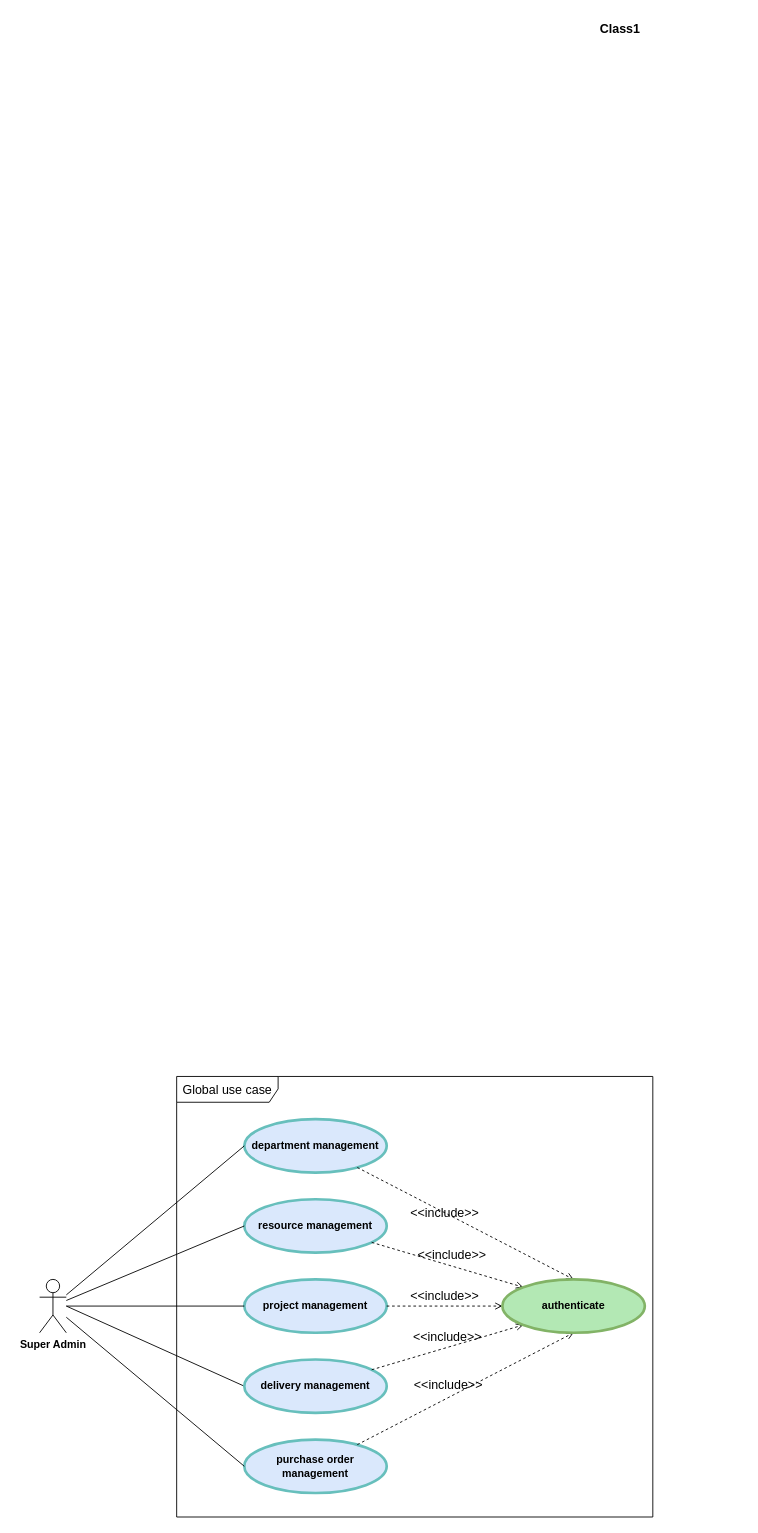
ZidiMedAmine/UML keeps this draw.io diagram as Use case Diagram.drawio. Above is the earlier version. Source tidied: cells renumbered, new cells numbered last; positions are measured from the earlier drawing's top-left corner, leaving out a move shared by most shapes. Both pictures are drawn from the tidied source at 89%, with x=0, y=0 at pixel (39, 15).
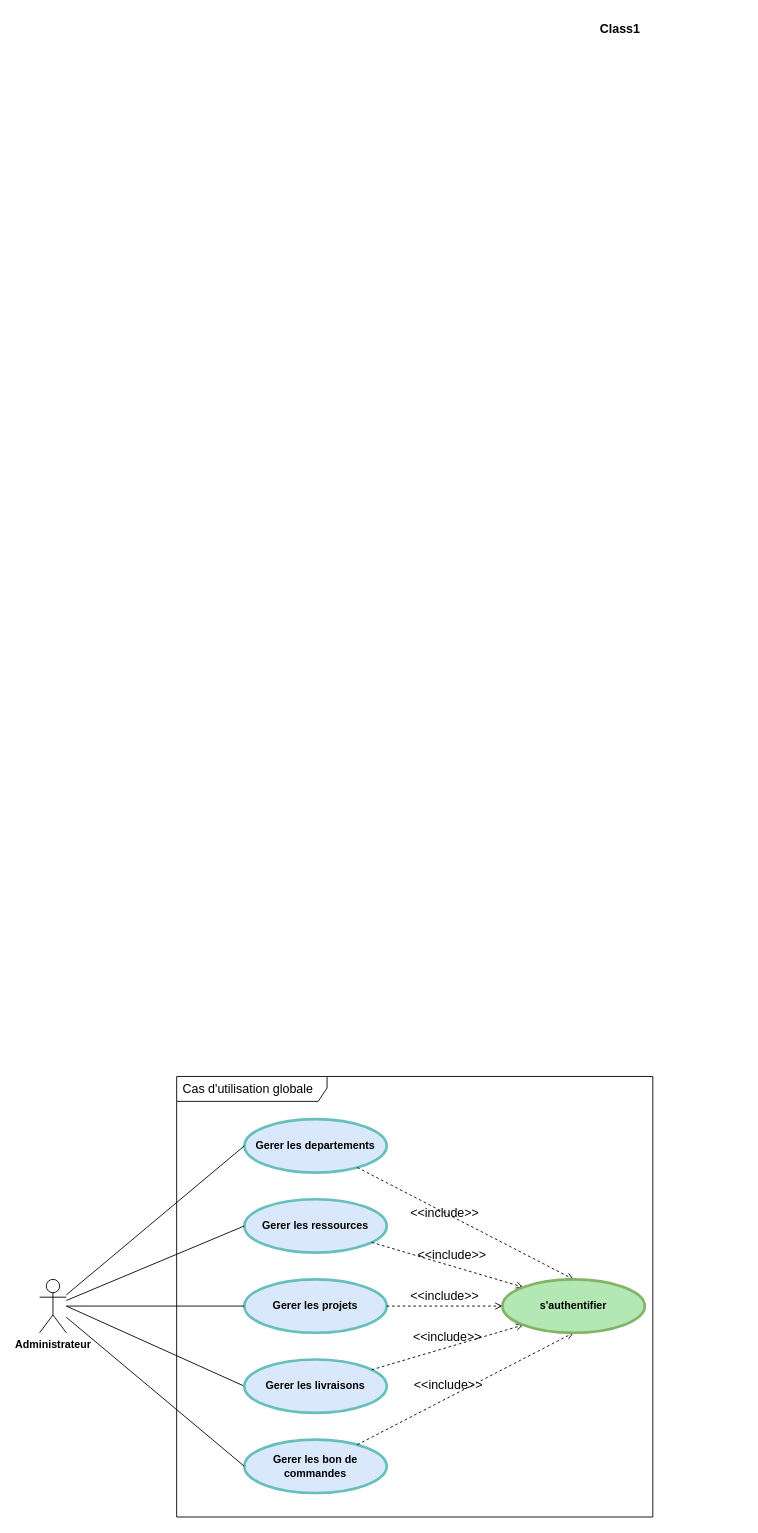
After the change.

Unchanged cells that the change refers to:
```xml
<mxCell id="2" value="Class1" style="swimlane;fontStyle=1;align=center;horizontal=1;startSize=30;html=1;fontSize=14;fillColor=none;strokeColor=#FFFFFF;" parent="1" vertex="1">
  <mxGeometry x="513" width="277" height="298" as="geometry" />
</mxCell>
```

What changed in the source:
```diff
@@
-    <mxCell id="3" value="Global use case" style="shape=umlFrame;tabPosition=left;html=1;boundedLbl=1;labelInHeader=1;width=114;height=29;swimlaneFillColor=#ffffff;align=left;spacingLeft=5;fontSize=14;" parent="2" vertex="1">
+    <mxCell id="3" value="&lt;div&gt;Cas d'utilisation globale&lt;/div&gt;" style="shape=umlFrame;tabPosition=left;html=1;boundedLbl=1;labelInHeader=1;width=169;height=28;swimlaneFillColor=#ffffff;align=left;spacingLeft=5;fontSize=14;" parent="2" vertex="1">
       <mxGeometry width="535" height="495" relative="1" as="geometry">
         <mxPoint x="-359" y="1192" as="offset" />
       </mxGeometry>
     </mxCell>
@@
-    <mxCell id="5" value="&lt;span style=&quot;font-weight: 700&quot;&gt;Super Admin&lt;/span&gt;" style="shape=umlActor;verticalLabelPosition=bottom;verticalAlign=top;html=1;outlineConnect=0;" parent="2" vertex="1">
+    <mxCell id="5" value="&lt;span style=&quot;font-weight: 700&quot;&gt;Administrateur&lt;/span&gt;" style="shape=umlActor;verticalLabelPosition=bottom;verticalAlign=top;html=1;outlineConnect=0;" parent="2" vertex="1">
       <mxGeometry x="-513" y="1420" width="30" height="60" as="geometry" />
     </mxCell>
-    <mxCell id="6" value="department management" style="shape=ellipse;html=1;strokeWidth=3;fontStyle=1;whiteSpace=wrap;align=center;perimeter=ellipsePerimeter;fillColor=#dae8fc;strokeColor=#67BFBC;" parent="2" vertex="1">
+    <mxCell id="6" value="Gerer les departements" style="shape=ellipse;html=1;strokeWidth=3;fontStyle=1;whiteSpace=wrap;align=center;perimeter=ellipsePerimeter;fillColor=#dae8fc;strokeColor=#67BFBC;" parent="2" vertex="1">
       <mxGeometry x="-283" y="1240" width="160" height="60" as="geometry" />
     </mxCell>
@@
-    <mxCell id="8" value="resource management" style="shape=ellipse;html=1;strokeWidth=3;fontStyle=1;whiteSpace=wrap;align=center;perimeter=ellipsePerimeter;fillColor=#dae8fc;strokeColor=#67BFBC;" parent="2" vertex="1">
+    <mxCell id="8" value="Gerer les ressources" style="shape=ellipse;html=1;strokeWidth=3;fontStyle=1;whiteSpace=wrap;align=center;perimeter=ellipsePerimeter;fillColor=#dae8fc;strokeColor=#67BFBC;" parent="2" vertex="1">
       <mxGeometry x="-283" y="1330" width="160" height="60" as="geometry" />
     </mxCell>
@@
-    <mxCell id="10" value="delivery management" style="shape=ellipse;html=1;strokeWidth=3;fontStyle=1;whiteSpace=wrap;align=center;perimeter=ellipsePerimeter;fillColor=#dae8fc;strokeColor=#67BFBC;" parent="2" vertex="1">
+    <mxCell id="10" value="Gerer les livraisons" style="shape=ellipse;html=1;strokeWidth=3;fontStyle=1;whiteSpace=wrap;align=center;perimeter=ellipsePerimeter;fillColor=#dae8fc;strokeColor=#67BFBC;" parent="2" vertex="1">
       <mxGeometry x="-283" y="1510" width="160" height="60" as="geometry" />
     </mxCell>
-    <mxCell id="11" value="purchase order management" style="shape=ellipse;html=1;strokeWidth=3;fontStyle=1;whiteSpace=wrap;align=center;perimeter=ellipsePerimeter;fillColor=#dae8fc;strokeColor=#67BFBC;" parent="2" vertex="1">
+    <mxCell id="11" value="Gerer les bon de commandes" style="shape=ellipse;html=1;strokeWidth=3;fontStyle=1;whiteSpace=wrap;align=center;perimeter=ellipsePerimeter;fillColor=#dae8fc;strokeColor=#67BFBC;" parent="2" vertex="1">
       <mxGeometry x="-283" y="1600" width="160" height="60" as="geometry" />
     </mxCell>
@@
-    <mxCell id="17" value="project management" style="shape=ellipse;html=1;strokeWidth=3;fontStyle=1;whiteSpace=wrap;align=center;perimeter=ellipsePerimeter;fillColor=#dae8fc;strokeColor=#67BFBC;" parent="2" vertex="1">
+    <mxCell id="17" value="Gerer les projets" style="shape=ellipse;html=1;strokeWidth=3;fontStyle=1;whiteSpace=wrap;align=center;perimeter=ellipsePerimeter;fillColor=#dae8fc;strokeColor=#67BFBC;" parent="2" vertex="1">
       <mxGeometry x="-283" y="1420" width="160" height="60" as="geometry" />
     </mxCell>
@@
-    <mxCell id="20" value="authenticate" style="shape=ellipse;html=1;strokeWidth=3;fontStyle=1;whiteSpace=wrap;align=center;perimeter=ellipsePerimeter;fillColor=#B3E8B4;strokeColor=#82b366;" parent="2" vertex="1">
+    <mxCell id="20" value="s'authentifier" style="shape=ellipse;html=1;strokeWidth=3;fontStyle=1;whiteSpace=wrap;align=center;perimeter=ellipsePerimeter;fillColor=#B3E8B4;strokeColor=#82b366;" parent="2" vertex="1">
       <mxGeometry x="7" y="1420" width="160" height="60" as="geometry" />
     </mxCell>
```
